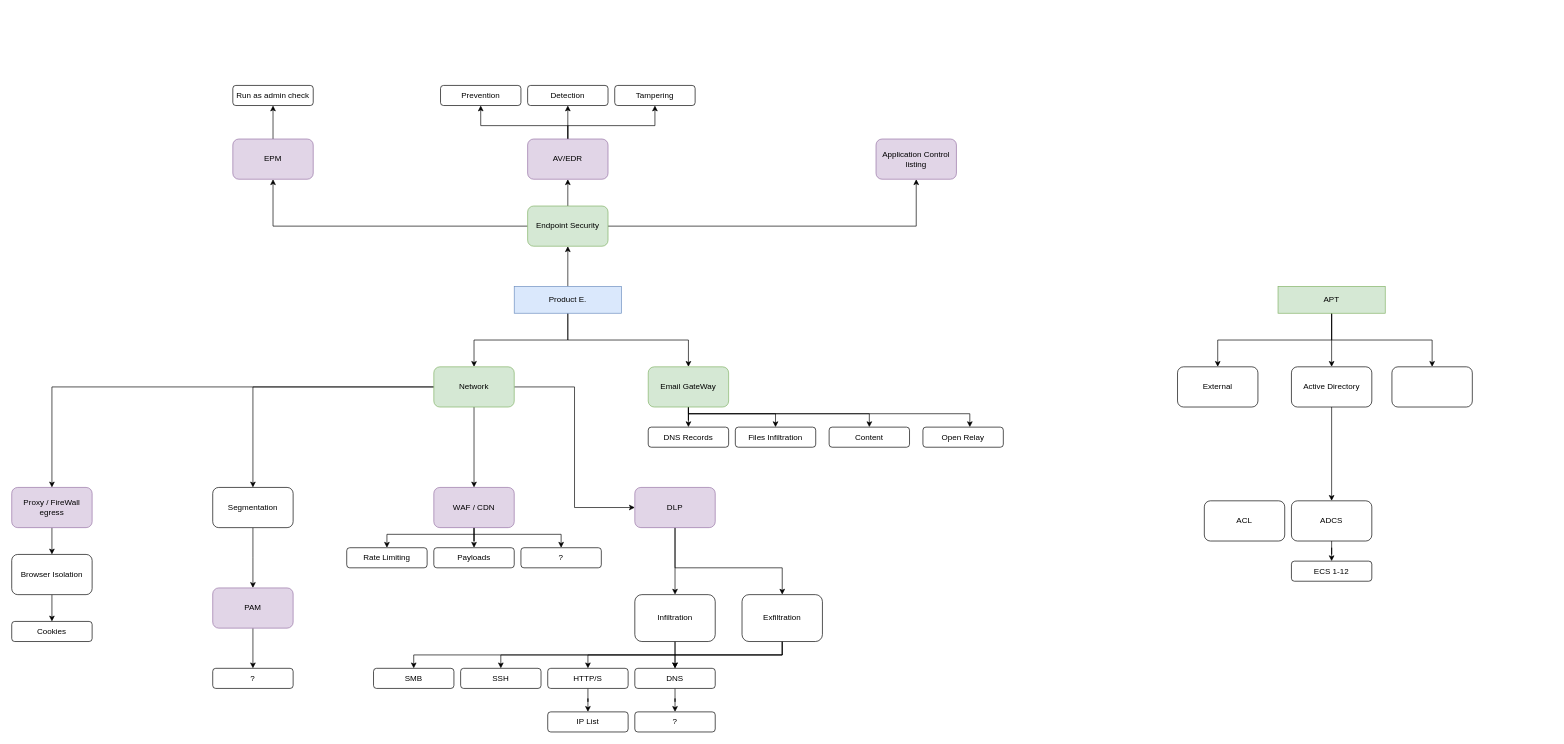
Earlier version of the draw.io diagram Xiaght Diagram.drawio (xightio/Diagrams). Source tidied: cells renumbered, new cells numbered last; positions are measured from the earlier drawing's top-left corner, leaving out a move shared by most shapes. Both pictures are drawn from the tidied source at 67%, with x=0, y=0 at pixel (11, 85).
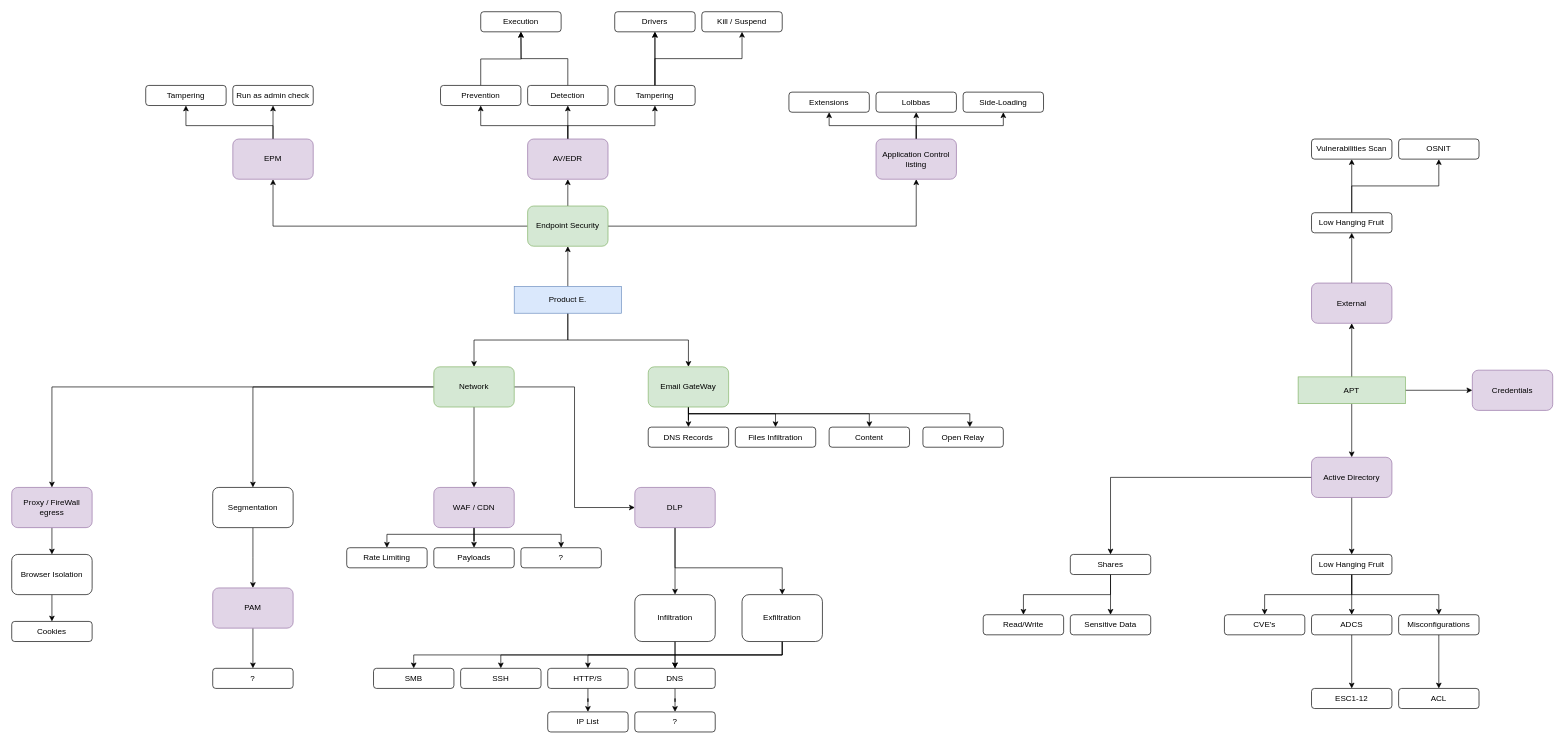
The same page after the edit.

The change refers to these unchanged cells:
```xml
<mxCell id="59" value="Prevention" style="rounded=1;whiteSpace=wrap;html=1;" parent="1" vertex="1">
  <mxGeometry x="640" width="120" height="30" as="geometry" />
</mxCell>
<mxCell id="60" value="Detection" style="rounded=1;whiteSpace=wrap;html=1;" parent="1" vertex="1">
  <mxGeometry x="770" width="120" height="30" as="geometry" />
</mxCell>
<mxCell id="61" value="Tampering" style="rounded=1;whiteSpace=wrap;html=1;" parent="1" vertex="1">
  <mxGeometry x="900" width="120" height="30" as="geometry" />
</mxCell>
<mxCell id="74" value="EPM" style="rounded=1;whiteSpace=wrap;html=1;fillColor=#e1d5e7;strokeColor=#9673a6;" parent="1" vertex="1">
  <mxGeometry x="330" y="80" width="120" height="60" as="geometry" />
</mxCell>
<mxCell id="75" value="Application Control listing" style="rounded=1;whiteSpace=wrap;html=1;fillColor=#e1d5e7;strokeColor=#9673a6;" parent="1" vertex="1">
  <mxGeometry x="1290" y="80" width="120" height="60" as="geometry" />
</mxCell>
```

The edit, as a diff of the source:
```diff
@@
+    <mxCell id="7" style="edgeStyle=orthogonalEdgeStyle;rounded=0;jettySize=auto;html=1;" parent="1" edge="1" source="9" target="25">
+      <mxGeometry relative="1" as="geometry" />
+    </mxCell>
-    <mxCell id="6" style="edgeStyle=orthogonalEdgeStyle;rounded=0;jettySize=auto;html=1;entryX=0.5;entryY=0;entryDx=0;entryDy=0;" parent="1" edge="1" source="9" target="62">
-      <mxGeometry relative="1" as="geometry">
-        <Array as="points">
-          <mxPoint x="1970" y="380" />
-          <mxPoint x="1800" y="380" />
-        </Array>
-      </mxGeometry>
+    <mxCell id="6" style="edgeStyle=orthogonalEdgeStyle;rounded=0;jettySize=auto;html=1;entryX=0.5;entryY=1;entryDx=0;entryDy=0;" parent="1" edge="1" source="9" target="62">
+      <mxGeometry relative="1" as="geometry" />
     </mxCell>
-    <mxCell id="7" style="edgeStyle=orthogonalEdgeStyle;rounded=0;jettySize=auto;html=1;" parent="1" edge="1" source="9" target="25">
-      <mxGeometry relative="1" as="geometry" />
-    </mxCell>
-    <mxCell id="8" style="edgeStyle=orthogonalEdgeStyle;rounded=0;jettySize=auto;html=1;" parent="1" edge="1" source="9" target="26">
-      <mxGeometry relative="1" as="geometry">
-        <Array as="points">
-          <mxPoint x="1970" y="380" />
-          <mxPoint x="2120" y="380" />
-        </Array>
-      </mxGeometry>
-    </mxCell>
+    <mxCell id="82" style="edgeStyle=orthogonalEdgeStyle;rounded=0;jettySize=auto;html=1;entryX=0;entryY=0.5;entryDx=0;entryDy=0;" parent="1" edge="1" source="9" target="121">
+      <mxGeometry relative="1" as="geometry" />
+    </mxCell>
     <mxCell id="9" value="APT" style="rounded=0;whiteSpace=wrap;html=1;fillColor=#d5e8d4;strokeColor=#82b366;" parent="1" vertex="1">
-      <mxGeometry x="1890" y="300" width="160" height="40" as="geometry" />
+      <mxGeometry x="1920" y="435" width="160" height="40" as="geometry" />
     </mxCell>
@@
-    <mxCell id="24" style="edgeStyle=orthogonalEdgeStyle;rounded=0;jettySize=auto;html=1;" parent="1" edge="1" source="25" target="68">
-      <mxGeometry relative="1" as="geometry" />
-    </mxCell>
+    <mxCell id="83" style="edgeStyle=orthogonalEdgeStyle;rounded=0;jettySize=auto;html=1;entryX=0.5;entryY=0;entryDx=0;entryDy=0;" parent="1" edge="1" source="25" target="105">
+      <mxGeometry relative="1" as="geometry" />
+    </mxCell>
+    <mxCell id="84" style="edgeStyle=orthogonalEdgeStyle;rounded=0;jettySize=auto;html=1;" parent="1" edge="1" source="25" target="115">
+      <mxGeometry relative="1" as="geometry" />
+    </mxCell>
-    <mxCell id="25" value="Active Directory" style="rounded=1;whiteSpace=wrap;html=1;" parent="1" vertex="1">
-      <mxGeometry x="1910" y="420" width="120" height="60" as="geometry" />
+    <mxCell id="25" value="Active Directory" style="rounded=1;whiteSpace=wrap;html=1;fillColor=#e1d5e7;strokeColor=#9673a6;" parent="1" vertex="1">
+      <mxGeometry x="1940" y="555" width="120" height="60" as="geometry" />
     </mxCell>
-    <mxCell id="26" style="rounded=1;whiteSpace=wrap;html=1;" parent="1" vertex="1">
-      <mxGeometry x="2060" y="420" width="120" height="60" as="geometry" />
-    </mxCell>
@@
+    <mxCell id="85" style="edgeStyle=orthogonalEdgeStyle;rounded=0;jettySize=auto;html=1;" parent="1" edge="1" source="59">
+      <mxGeometry relative="1" as="geometry">
+        <mxPoint x="760" y="-80" as="targetPoint" />
+      </mxGeometry>
+    </mxCell>
@@
+    <mxCell id="86" style="edgeStyle=orthogonalEdgeStyle;rounded=0;jettySize=auto;html=1;" parent="1" edge="1" source="60" target="97">
+      <mxGeometry relative="1" as="geometry" />
+    </mxCell>
@@
+    <mxCell id="87" style="edgeStyle=orthogonalEdgeStyle;rounded=0;jettySize=auto;html=1;" parent="1" edge="1" source="61" target="95">
+      <mxGeometry relative="1" as="geometry" />
+    </mxCell>
+    <mxCell id="88" style="edgeStyle=orthogonalEdgeStyle;rounded=0;jettySize=auto;html=1;" parent="1" edge="1" source="61" target="95">
+      <mxGeometry relative="1" as="geometry" />
+    </mxCell>
+    <mxCell id="89" style="edgeStyle=orthogonalEdgeStyle;rounded=0;jettySize=auto;html=1;entryX=0.5;entryY=1;entryDx=0;entryDy=0;" parent="1" edge="1" source="61" target="96">
+      <mxGeometry relative="1" as="geometry">
+        <Array as="points">
+          <mxPoint x="960" y="-40" />
+          <mxPoint x="1090" y="-40" />
+        </Array>
+      </mxGeometry>
+    </mxCell>
@@
+    <mxCell id="90" style="edgeStyle=orthogonalEdgeStyle;rounded=0;jettySize=auto;html=1;entryX=0.5;entryY=1;entryDx=0;entryDy=0;" parent="1" edge="1" source="62" target="108">
+      <mxGeometry relative="1" as="geometry" />
+    </mxCell>
-    <mxCell id="62" value="External" style="rounded=1;whiteSpace=wrap;html=1;" parent="1" vertex="1">
-      <mxGeometry x="1740" y="420" width="120" height="60" as="geometry" />
+    <mxCell id="62" value="External" style="rounded=1;whiteSpace=wrap;html=1;fillColor=#e1d5e7;strokeColor=#9673a6;" parent="1" vertex="1">
+      <mxGeometry x="1940" y="295" width="120" height="60" as="geometry" />
     </mxCell>
@@
-    <mxCell id="67" style="edgeStyle=orthogonalEdgeStyle;rounded=0;jettySize=auto;html=1;" parent="1" edge="1" source="68" target="70">
-      <mxGeometry relative="1" as="geometry" />
-    </mxCell>
-    <mxCell id="68" value="ADCS" style="rounded=1;whiteSpace=wrap;html=1;" parent="1" vertex="1">
-      <mxGeometry x="1910" y="620" width="120" height="60" as="geometry" />
-    </mxCell>
-    <mxCell id="69" value="ACL" style="rounded=1;whiteSpace=wrap;html=1;" parent="1" vertex="1">
-      <mxGeometry x="1780" y="620" width="120" height="60" as="geometry" />
-    </mxCell>
-    <mxCell id="70" value="ECS 1-12" style="rounded=1;whiteSpace=wrap;html=1;" parent="1" vertex="1">
-      <mxGeometry x="1910" y="710" width="120" height="30" as="geometry" />
-    </mxCell>
@@
+    <mxCell id="91" style="edgeStyle=orthogonalEdgeStyle;rounded=0;jettySize=auto;html=1;" parent="1" edge="1" source="74" target="98">
+      <mxGeometry relative="1" as="geometry">
+        <Array as="points">
+          <mxPoint x="390" y="60" />
+          <mxPoint x="260" y="60" />
+        </Array>
+      </mxGeometry>
+    </mxCell>
@@
+    <mxCell id="92" style="edgeStyle=orthogonalEdgeStyle;rounded=0;jettySize=auto;html=1;entryX=0.5;entryY=1;entryDx=0;entryDy=0;" parent="1" edge="1" source="75" target="99">
+      <mxGeometry relative="1" as="geometry" />
+    </mxCell>
+    <mxCell id="93" style="edgeStyle=orthogonalEdgeStyle;rounded=0;jettySize=auto;html=1;entryX=0.5;entryY=1;entryDx=0;entryDy=0;" parent="1" edge="1" source="75" target="101">
+      <mxGeometry relative="1" as="geometry">
+        <Array as="points">
+          <mxPoint x="1350" y="60" />
+          <mxPoint x="1220" y="60" />
+        </Array>
+      </mxGeometry>
+    </mxCell>
+    <mxCell id="94" style="edgeStyle=orthogonalEdgeStyle;rounded=0;jettySize=auto;html=1;entryX=0.5;entryY=1;entryDx=0;entryDy=0;" parent="1" edge="1" source="75" target="100">
+      <mxGeometry relative="1" as="geometry">
+        <Array as="points">
+          <mxPoint x="1350" y="60" />
+          <mxPoint x="1480" y="60" />
+        </Array>
+      </mxGeometry>
+    </mxCell>
@@
+    <mxCell id="95" value="Drivers" style="rounded=1;whiteSpace=wrap;html=1;" parent="1" vertex="1">
+      <mxGeometry x="900" y="-110" width="120" height="30" as="geometry" />
+    </mxCell>
+    <mxCell id="96" value="Kill / Suspend" style="rounded=1;whiteSpace=wrap;html=1;" parent="1" vertex="1">
+      <mxGeometry x="1030" y="-110" width="120" height="30" as="geometry" />
+    </mxCell>
+    <mxCell id="97" value="Execution" style="rounded=1;whiteSpace=wrap;html=1;" parent="1" vertex="1">
+      <mxGeometry x="700" y="-110" width="120" height="30" as="geometry" />
+    </mxCell>
+    <mxCell id="98" value="Tampering" style="rounded=1;whiteSpace=wrap;html=1;" parent="1" vertex="1">
+      <mxGeometry x="200" width="120" height="30" as="geometry" />
+    </mxCell>
+    <mxCell id="99" value="Lolbbas" style="rounded=1;whiteSpace=wrap;html=1;" parent="1" vertex="1">
+      <mxGeometry x="1290" y="10" width="120" height="30" as="geometry" />
+    </mxCell>
+    <mxCell id="100" value="Side-Loading" style="rounded=1;whiteSpace=wrap;html=1;" parent="1" vertex="1">
+      <mxGeometry x="1420" y="10" width="120" height="30" as="geometry" />
+    </mxCell>
+    <mxCell id="101" value="Extensions" style="rounded=1;whiteSpace=wrap;html=1;" parent="1" vertex="1">
+      <mxGeometry x="1160" y="10" width="120" height="30" as="geometry" />
+    </mxCell>
+    <mxCell id="102" style="edgeStyle=orthogonalEdgeStyle;rounded=0;jettySize=auto;html=1;entryX=0.5;entryY=0;entryDx=0;entryDy=0;" parent="1" edge="1" source="105" target="68">
+      <mxGeometry relative="1" as="geometry" />
+    </mxCell>
+    <mxCell id="103" style="edgeStyle=orthogonalEdgeStyle;rounded=0;jettySize=auto;html=1;entryX=0.5;entryY=0;entryDx=0;entryDy=0;" parent="1" edge="1" source="105" target="110">
+      <mxGeometry relative="1" as="geometry">
+        <Array as="points">
+          <mxPoint x="2000" y="760" />
+          <mxPoint x="1870" y="760" />
+        </Array>
+      </mxGeometry>
+    </mxCell>
+    <mxCell id="104" style="edgeStyle=orthogonalEdgeStyle;rounded=0;jettySize=auto;html=1;entryX=0.5;entryY=0;entryDx=0;entryDy=0;" parent="1" edge="1" source="105" target="112">
+      <mxGeometry relative="1" as="geometry">
+        <Array as="points">
+          <mxPoint x="2000" y="760" />
+          <mxPoint x="2130" y="760" />
+        </Array>
+      </mxGeometry>
+    </mxCell>
+    <mxCell id="105" value="Low Hanging Fruit" style="rounded=1;whiteSpace=wrap;html=1;" parent="1" vertex="1">
+      <mxGeometry x="1940" y="700" width="120" height="30" as="geometry" />
+    </mxCell>
+    <mxCell id="106" style="edgeStyle=orthogonalEdgeStyle;rounded=0;jettySize=auto;html=1;" parent="1" edge="1" source="108" target="119">
+      <mxGeometry relative="1" as="geometry" />
+    </mxCell>
+    <mxCell id="107" style="edgeStyle=orthogonalEdgeStyle;rounded=0;jettySize=auto;html=1;entryX=0.5;entryY=1;entryDx=0;entryDy=0;" parent="1" edge="1" source="108" target="120">
+      <mxGeometry relative="1" as="geometry">
+        <Array as="points">
+          <mxPoint x="2000" y="150" />
+          <mxPoint x="2130" y="150" />
+        </Array>
+      </mxGeometry>
+    </mxCell>
+    <mxCell id="108" value="Low Hanging Fruit" style="rounded=1;whiteSpace=wrap;html=1;" parent="1" vertex="1">
+      <mxGeometry x="1940" y="190" width="120" height="30" as="geometry" />
+    </mxCell>
+    <mxCell id="109" style="edgeStyle=orthogonalEdgeStyle;rounded=0;jettySize=auto;html=1;" parent="1" edge="1" source="68" target="118">
+      <mxGeometry relative="1" as="geometry" />
+    </mxCell>
+    <mxCell id="68" value="ADCS" style="rounded=1;whiteSpace=wrap;html=1;" parent="1" vertex="1">
+      <mxGeometry x="1940" y="790" width="120" height="30" as="geometry" />
+    </mxCell>
+    <mxCell id="110" value="CVE's" style="rounded=1;whiteSpace=wrap;html=1;" parent="1" vertex="1">
+      <mxGeometry x="1810" y="790" width="120" height="30" as="geometry" />
+    </mxCell>
+    <mxCell id="111" style="edgeStyle=orthogonalEdgeStyle;rounded=0;jettySize=auto;html=1;" parent="1" edge="1" source="112" target="69">
+      <mxGeometry relative="1" as="geometry" />
+    </mxCell>
+    <mxCell id="112" value="Misconfigurations" style="rounded=1;whiteSpace=wrap;html=1;" parent="1" vertex="1">
+      <mxGeometry x="2070" y="790" width="120" height="30" as="geometry" />
+    </mxCell>
+    <mxCell id="113" style="edgeStyle=orthogonalEdgeStyle;rounded=0;jettySize=auto;html=1;" parent="1" edge="1" source="115" target="116">
+      <mxGeometry relative="1" as="geometry" />
+    </mxCell>
+    <mxCell id="114" style="edgeStyle=orthogonalEdgeStyle;rounded=0;jettySize=auto;html=1;entryX=0.5;entryY=0;entryDx=0;entryDy=0;" parent="1" edge="1" source="115" target="117">
+      <mxGeometry relative="1" as="geometry">
+        <Array as="points">
+          <mxPoint x="1640" y="760" />
+          <mxPoint x="1510" y="760" />
+        </Array>
+      </mxGeometry>
+    </mxCell>
+    <mxCell id="115" value="Shares" style="rounded=1;whiteSpace=wrap;html=1;" parent="1" vertex="1">
+      <mxGeometry x="1580" y="700" width="120" height="30" as="geometry" />
+    </mxCell>
+    <mxCell id="116" value="Sensitive Data" style="rounded=1;whiteSpace=wrap;html=1;" parent="1" vertex="1">
+      <mxGeometry x="1580" y="790" width="120" height="30" as="geometry" />
+    </mxCell>
+    <mxCell id="117" value="Read/Write" style="rounded=1;whiteSpace=wrap;html=1;" parent="1" vertex="1">
+      <mxGeometry x="1450" y="790" width="120" height="30" as="geometry" />
+    </mxCell>
+    <mxCell id="69" value="ACL" style="rounded=1;whiteSpace=wrap;html=1;" parent="1" vertex="1">
+      <mxGeometry x="2070" y="900" width="120" height="30" as="geometry" />
+    </mxCell>
+    <mxCell id="118" value="ESC1-12" style="rounded=1;whiteSpace=wrap;html=1;" parent="1" vertex="1">
+      <mxGeometry x="1940" y="900" width="120" height="30" as="geometry" />
+    </mxCell>
+    <mxCell id="119" value="Vulnerabilities Scan" style="rounded=1;whiteSpace=wrap;html=1;" parent="1" vertex="1">
+      <mxGeometry x="1940" y="80" width="120" height="30" as="geometry" />
+    </mxCell>
+    <mxCell id="120" value="OSNIT" style="rounded=1;whiteSpace=wrap;html=1;" parent="1" vertex="1">
+      <mxGeometry x="2070" y="80" width="120" height="30" as="geometry" />
+    </mxCell>
+    <mxCell id="121" value="Credentials" style="rounded=1;whiteSpace=wrap;html=1;fillColor=#e1d5e7;strokeColor=#9673a6;" parent="1" vertex="1">
+      <mxGeometry x="2180" y="425" width="120" height="60" as="geometry" />
+    </mxCell>
```
